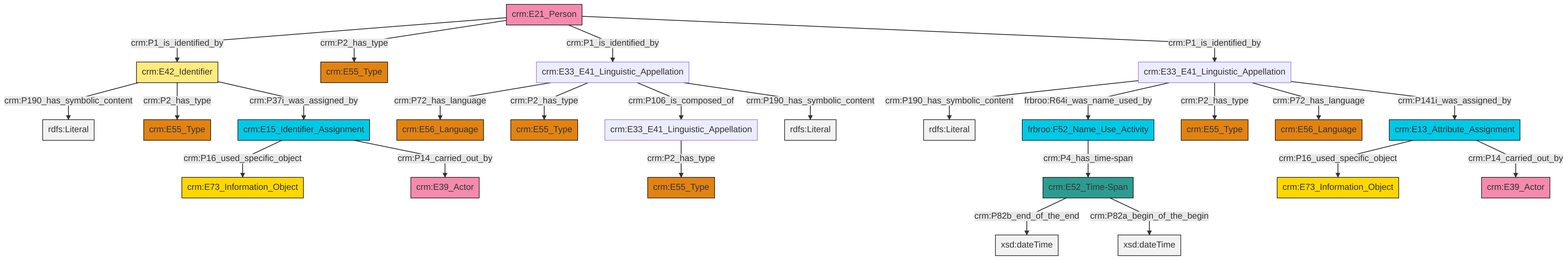
Before: et/personCSV/ttl/mmd/png/Person_Names_and_Classification.png, a diagram exported from Mermaid (swiss-art-research-net/docs.swissartresearch). Its source is kept beside it as et/personCSV/ttl/mmd/Person_Names_and_Classification.ttl.mmd.
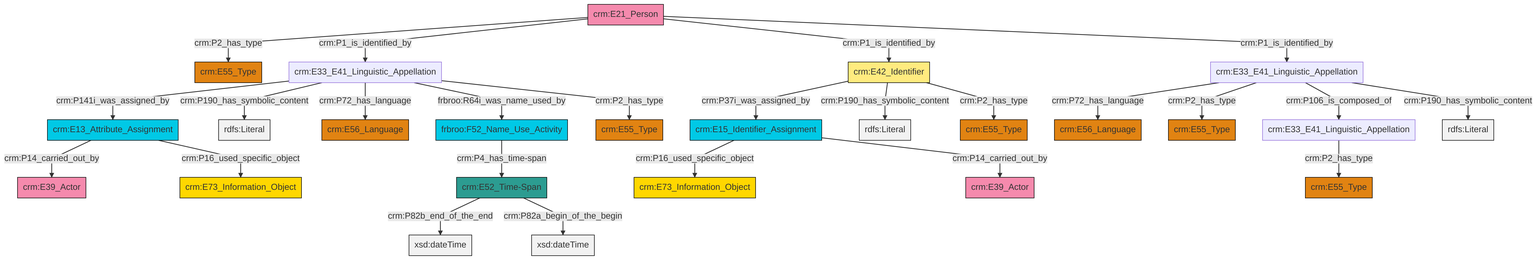
The same file after the commit.

The edit, as a diff of the source:
```diff
@@ -13,27 +13,27 @@
 classDef PC_Classes fill:#4ce600, stroke:#000000;
 classDef Multi fill:#cccccc,stroke:#000000;
 
-2["crm:E33_E41_Linguistic_Appellation"]:::Default -->|crm:P190_has_symbolic_content| 3[rdfs:Literal]:::Literal
-9["crm:E52_Time-Span"]:::Time-Span -->|crm:P82b_end_of_the_end| 10[xsd:dateTime]:::Literal
-5["crm:E33_E41_Linguistic_Appellation"]:::Default -->|crm:P2_has_type| 11["crm:E55_Type"]:::Type
-7["crm:E21_Person"]:::Actor -->|crm:P1_is_identified_by| 14["crm:E42_Identifier"]:::Appellation
-15["crm:E33_E41_Linguistic_Appellation"]:::Default -->|crm:P72_has_language| 16["crm:E56_Language"]:::Type
-18["frbroo:F52_Name_Use_Activity"]:::Temporal_Entity -->|crm:P4_has_time-span| 9["crm:E52_Time-Span"]:::Time-Span
-2["crm:E33_E41_Linguistic_Appellation"]:::Default -->|frbroo:R64i_was_name_used_by| 18["frbroo:F52_Name_Use_Activity"]:::Temporal_Entity
-14["crm:E42_Identifier"]:::Appellation -->|crm:P190_has_symbolic_content| 26[rdfs:Literal]:::Literal
-14["crm:E42_Identifier"]:::Appellation -->|crm:P2_has_type| 19["crm:E55_Type"]:::Type
-7["crm:E21_Person"]:::Actor -->|crm:P2_has_type| 27["crm:E55_Type"]:::Type
-15["crm:E33_E41_Linguistic_Appellation"]:::Default -->|crm:P2_has_type| 28["crm:E55_Type"]:::Type
-15["crm:E33_E41_Linguistic_Appellation"]:::Default -->|crm:P106_is_composed_of| 5["crm:E33_E41_Linguistic_Appellation"]:::Default
-7["crm:E21_Person"]:::Actor -->|crm:P1_is_identified_by| 15["crm:E33_E41_Linguistic_Appellation"]:::Default
-2["crm:E33_E41_Linguistic_Appellation"]:::Default -->|crm:P2_has_type| 12["crm:E55_Type"]:::Type
-14["crm:E42_Identifier"]:::Appellation -->|crm:P37i_was_assigned_by| 29["crm:E15_Identifier_Assignment"]:::Temporal_Entity
-9["crm:E52_Time-Span"]:::Time-Span -->|crm:P82a_begin_of_the_begin| 31[xsd:dateTime]:::Literal
-29["crm:E15_Identifier_Assignment"]:::Temporal_Entity -->|crm:P16_used_specific_object| 34["crm:E73_Information_Object"]:::Conceptual_Object
-2["crm:E33_E41_Linguistic_Appellation"]:::Default -->|crm:P72_has_language| 32["crm:E56_Language"]:::Type
-39["crm:E13_Attribute_Assignment"]:::Temporal_Entity -->|crm:P16_used_specific_object| 35["crm:E73_Information_Object"]:::Conceptual_Object
-2["crm:E33_E41_Linguistic_Appellation"]:::Default -->|crm:P141i_was_assigned_by| 39["crm:E13_Attribute_Assignment"]:::Temporal_Entity
-29["crm:E15_Identifier_Assignment"]:::Temporal_Entity -->|crm:P14_carried_out_by| 0["crm:E39_Actor"]:::Actor
-39["crm:E13_Attribute_Assignment"]:::Temporal_Entity -->|crm:P14_carried_out_by| 24["crm:E39_Actor"]:::Actor
-15["crm:E33_E41_Linguistic_Appellation"]:::Default -->|crm:P190_has_symbolic_content| 41[rdfs:Literal]:::Literal
-7["crm:E21_Person"]:::Actor -->|crm:P1_is_identified_by| 2["crm:E33_E41_Linguistic_Appellation"]:::Default
+6["crm:E33_E41_Linguistic_Appellation"]:::Default -->|crm:P72_has_language| 7["crm:E56_Language"]:::Type
+6["crm:E33_E41_Linguistic_Appellation"]:::Default -->|crm:P2_has_type| 0["crm:E55_Type"]:::Type
+12["crm:E21_Person"]:::Actor -->|crm:P2_has_type| 13["crm:E55_Type"]:::Type
+14["crm:E42_Identifier"]:::Appellation -->|crm:P37i_was_assigned_by| 15["crm:E15_Identifier_Assignment"]:::Temporal_Entity
+12["crm:E21_Person"]:::Actor -->|crm:P1_is_identified_by| 16["crm:E33_E41_Linguistic_Appellation"]:::Default
+2["crm:E52_Time-Span"]:::Time-Span -->|crm:P82b_end_of_the_end| 17[xsd:dateTime]:::Literal
+2["crm:E52_Time-Span"]:::Time-Span -->|crm:P82a_begin_of_the_begin| 21[xsd:dateTime]:::Literal
+16["crm:E33_E41_Linguistic_Appellation"]:::Default -->|crm:P141i_was_assigned_by| 23["crm:E13_Attribute_Assignment"]:::Temporal_Entity
+23["crm:E13_Attribute_Assignment"]:::Temporal_Entity -->|crm:P14_carried_out_by| 25["crm:E39_Actor"]:::Actor
+16["crm:E33_E41_Linguistic_Appellation"]:::Default -->|crm:P190_has_symbolic_content| 26[rdfs:Literal]:::Literal
+27["frbroo:F52_Name_Use_Activity"]:::Temporal_Entity -->|crm:P4_has_time-span| 2["crm:E52_Time-Span"]:::Time-Span
+14["crm:E42_Identifier"]:::Appellation -->|crm:P190_has_symbolic_content| 28[rdfs:Literal]:::Literal
+15["crm:E15_Identifier_Assignment"]:::Temporal_Entity -->|crm:P16_used_specific_object| 31["crm:E73_Information_Object"]:::Conceptual_Object
+15["crm:E15_Identifier_Assignment"]:::Temporal_Entity -->|crm:P14_carried_out_by| 34["crm:E39_Actor"]:::Actor
+16["crm:E33_E41_Linguistic_Appellation"]:::Default -->|crm:P72_has_language| 19["crm:E56_Language"]:::Type
+12["crm:E21_Person"]:::Actor -->|crm:P1_is_identified_by| 14["crm:E42_Identifier"]:::Appellation
+23["crm:E13_Attribute_Assignment"]:::Temporal_Entity -->|crm:P16_used_specific_object| 29["crm:E73_Information_Object"]:::Conceptual_Object
+16["crm:E33_E41_Linguistic_Appellation"]:::Default -->|frbroo:R64i_was_name_used_by| 27["frbroo:F52_Name_Use_Activity"]:::Temporal_Entity
+8["crm:E33_E41_Linguistic_Appellation"]:::Default -->|crm:P2_has_type| 10["crm:E55_Type"]:::Type
+6["crm:E33_E41_Linguistic_Appellation"]:::Default -->|crm:P106_is_composed_of| 8["crm:E33_E41_Linguistic_Appellation"]:::Default
+12["crm:E21_Person"]:::Actor -->|crm:P1_is_identified_by| 6["crm:E33_E41_Linguistic_Appellation"]:::Default
+14["crm:E42_Identifier"]:::Appellation -->|crm:P2_has_type| 4["crm:E55_Type"]:::Type
+16["crm:E33_E41_Linguistic_Appellation"]:::Default -->|crm:P2_has_type| 40["crm:E55_Type"]:::Type
+6["crm:E33_E41_Linguistic_Appellation"]:::Default -->|crm:P190_has_symbolic_content| 44[rdfs:Literal]:::Literal
```
